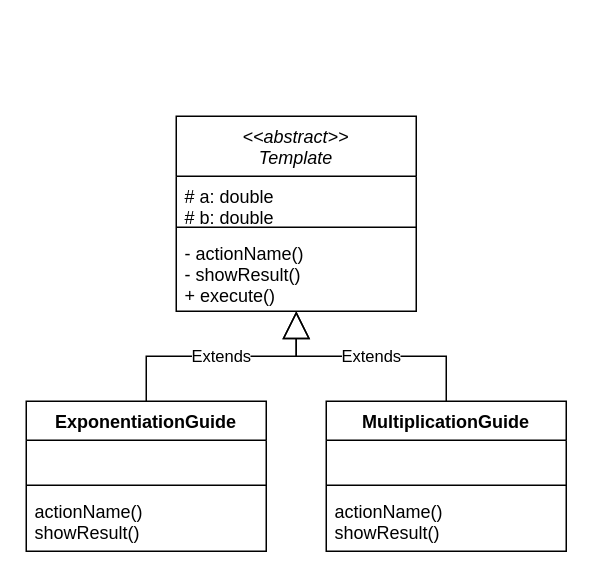
Earlier version of the draw.io diagram page "ШаблонныйМетод/TemplateMethod" (10 of 11) of src/UML.drawio (Mo-og/BehavioralPatterns). Source tidied: cells renumbered, new cells numbered last; positions are measured from the earlier drawing's top-left corner, leaving out a move shared by most shapes. Both pictures are drawn from the tidied source at 150%, with x=0, y=0 at pixel (26, 116).
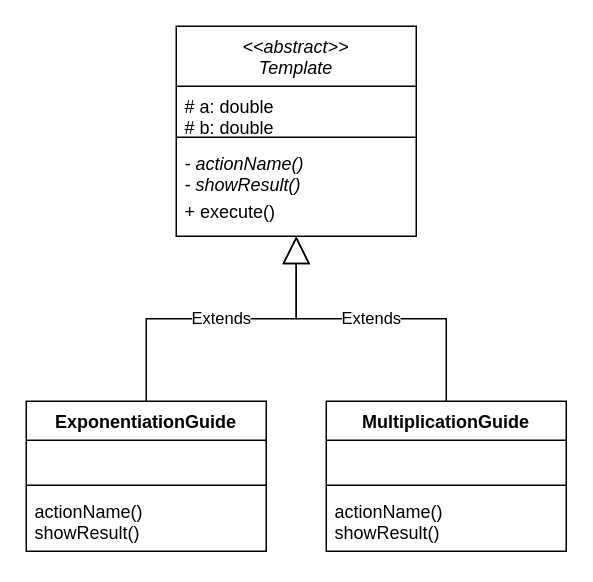
The same diagram, later.

Change to the diagram source:
```diff
@@
 <mxGraphModel>
   <root>
     <mxCell id="0" />
     <mxCell id="1" parent="0" />
     <mxCell id="2" value="&lt;&lt;abstract&gt;&gt;&#10;Template" style="swimlane;fontStyle=2;align=center;verticalAlign=top;horizontal=1;startSize=40;" parent="1" vertex="1">
-      <mxGeometry x="100" width="160" height="130" as="geometry" />
+      <mxGeometry x="100" y="-60" width="160" height="140" as="geometry" />
     </mxCell>
     <mxCell id="3" value="# a: double&#10;# b: double" style="text;strokeColor=none;fillColor=none;align=left;verticalAlign=top;spacingLeft=4;spacingRight=4;overflow=hidden;" parent="2" vertex="1">
       <mxGeometry y="40" width="160" height="30" as="geometry" />
     </mxCell>
     <mxCell id="4" style="line;strokeWidth=1;fillColor=none;align=left;verticalAlign=middle;spacingTop=-1;spacingLeft=3;spacingRight=3;labelPosition=right;" parent="2" vertex="1">
       <mxGeometry y="70" width="160" height="8" as="geometry" />
     </mxCell>
+    <mxCell id="16" value="- actionName()&#10;- showResult()" style="text;strokeColor=none;fillColor=none;align=left;verticalAlign=top;spacingLeft=4;spacingRight=4;overflow=hidden;fontStyle=2;" parent="2" vertex="1">
+      <mxGeometry y="78" width="160" height="32" as="geometry" />
+    </mxCell>
-    <mxCell id="5" value="- actionName()&#10;- showResult()&#10;+ execute()" style="text;strokeColor=none;fillColor=none;align=left;verticalAlign=top;spacingLeft=4;spacingRight=4;overflow=hidden;" parent="2" vertex="1">
-      <mxGeometry y="78" width="160" height="52" as="geometry" />
+    <mxCell id="5" value="+ execute()" style="text;strokeColor=none;fillColor=none;align=left;verticalAlign=top;spacingLeft=4;spacingRight=4;overflow=hidden;fontStyle=0;" parent="2" vertex="1">
+      <mxGeometry y="110" width="160" height="30" as="geometry" />
     </mxCell>
     <mxCell id="6" value="ExponentiationGuide" style="swimlane;fontStyle=1;align=center;verticalAlign=top;horizontal=1;startSize=26;" parent="1" vertex="1">
       <mxGeometry y="190" width="160" height="100" as="geometry" />
     </mxCell>
     <mxCell id="7" value=" " style="text;strokeColor=none;fillColor=none;align=left;verticalAlign=top;spacingLeft=4;spacingRight=4;overflow=hidden;" parent="6" vertex="1">
       <mxGeometry y="26" width="160" height="26" as="geometry" />
     </mxCell>
     <mxCell id="8" style="line;strokeWidth=1;fillColor=none;align=left;verticalAlign=middle;spacingTop=-1;spacingLeft=3;spacingRight=3;labelPosition=right;" parent="6" vertex="1">
       <mxGeometry y="52" width="160" height="8" as="geometry" />
     </mxCell>
     <mxCell id="9" value="actionName()&#10;showResult()" style="text;strokeColor=none;fillColor=none;align=left;verticalAlign=top;spacingLeft=4;spacingRight=4;overflow=hidden;" parent="6" vertex="1">
       <mxGeometry y="60" width="160" height="40" as="geometry" />
     </mxCell>
     <mxCell id="10" value="MultiplicationGuide" style="swimlane;fontStyle=1;align=center;verticalAlign=top;horizontal=1;startSize=26;" parent="1" vertex="1">
       <mxGeometry x="200" y="190" width="160" height="100" as="geometry" />
     </mxCell>
     <mxCell id="11" value=" " style="text;strokeColor=none;fillColor=none;align=left;verticalAlign=top;spacingLeft=4;spacingRight=4;overflow=hidden;" parent="10" vertex="1">
       <mxGeometry y="26" width="160" height="26" as="geometry" />
     </mxCell>
     <mxCell id="12" style="line;strokeWidth=1;fillColor=none;align=left;verticalAlign=middle;spacingTop=-1;spacingLeft=3;spacingRight=3;labelPosition=right;" parent="10" vertex="1">
       <mxGeometry y="52" width="160" height="8" as="geometry" />
     </mxCell>
     <mxCell id="13" value="actionName()&#10;showResult()" style="text;strokeColor=none;fillColor=none;align=left;verticalAlign=top;spacingLeft=4;spacingRight=4;overflow=hidden;" parent="10" vertex="1">
       <mxGeometry y="60" width="160" height="40" as="geometry" />
     </mxCell>
     <mxCell id="14" value="Extends" style="endArrow=block;endSize=16;endFill=0;html=1;strokeColor=#000000;edgeStyle=elbowEdgeStyle;elbow=vertical;rounded=0;" parent="1" edge="1" source="6" target="2">
       <mxGeometry relative="1" as="geometry" />
     </mxCell>
     <mxCell id="15" value="Extends" style="endArrow=block;endSize=16;endFill=0;html=1;strokeColor=#000000;edgeStyle=elbowEdgeStyle;elbow=vertical;rounded=0;" parent="1" edge="1" source="10" target="2">
       <mxGeometry relative="1" as="geometry" />
     </mxCell>
   </root>
 </mxGraphModel>
```
